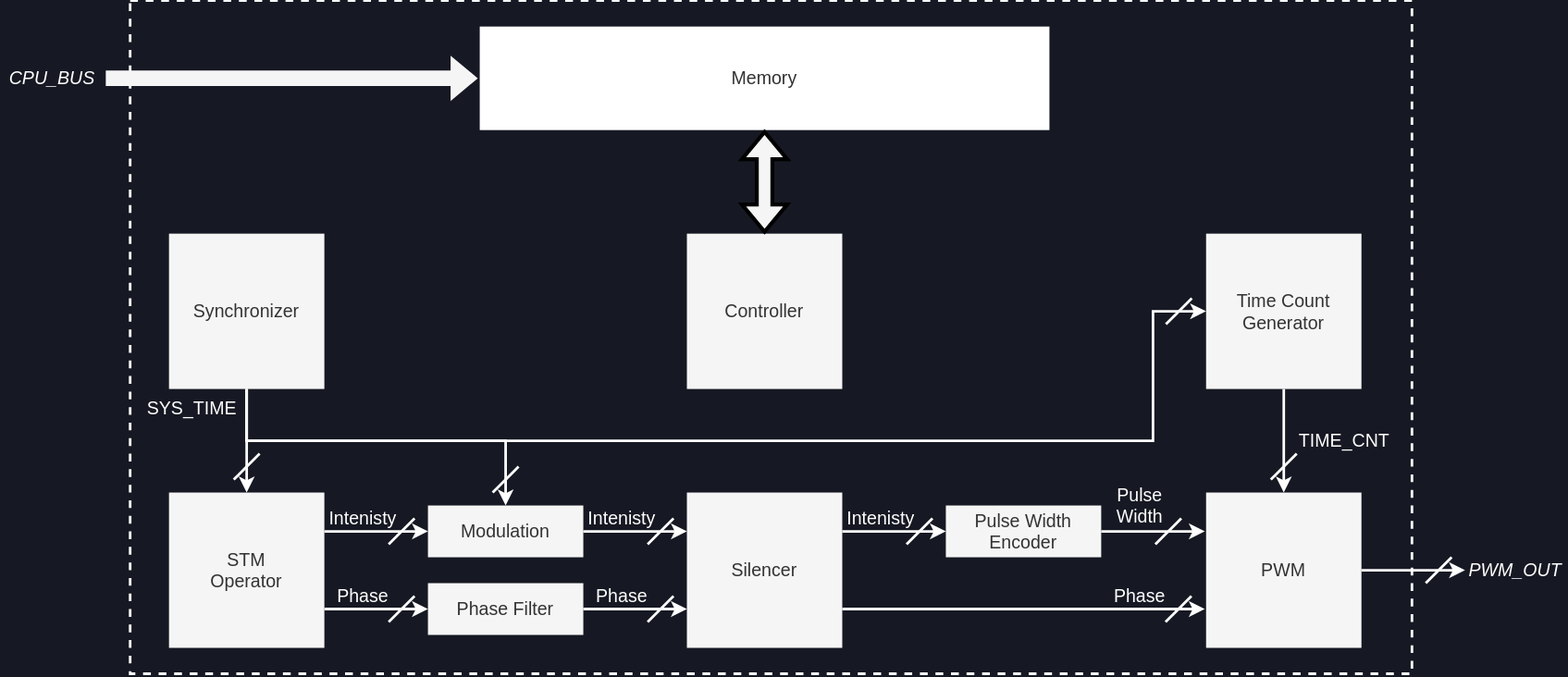
Above: src/jp/fig/Developers_Manual/FPGA/overview.svg in shinolab/autd3-doc-v8 (draw.io), before the change. Source tidied: cells renumbered, new cells last; positions are measured from the earlier drawing's top-left corner, leaving out a move shared by most shapes.
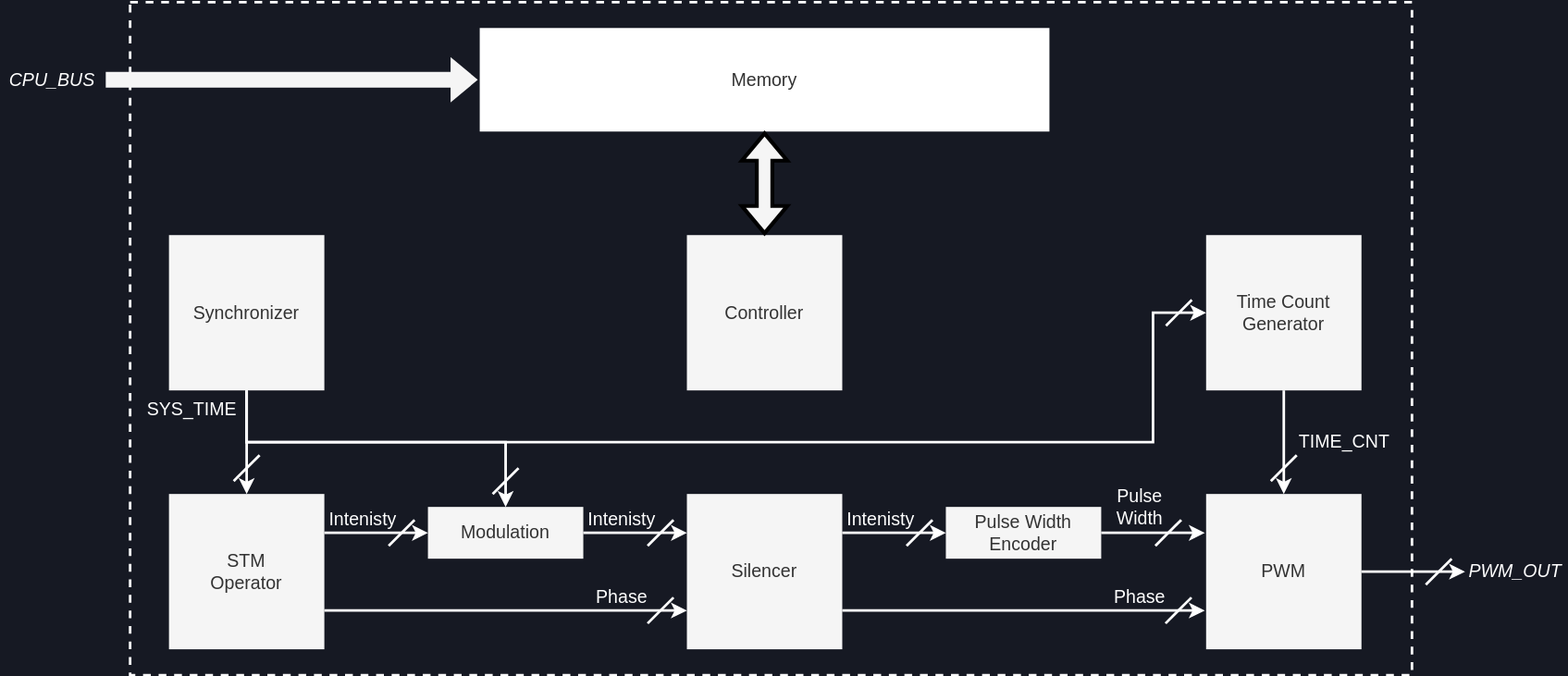
Above is the later version.

Diff of the diagram source:
```diff
@@ -11,9 +11,6 @@
     <mxCell id="4" value="Modulation" style="rounded=0;whiteSpace=wrap;html=1;fontFamily=Helvetica;fontSize=14;fontColor=#333333;strokeColor=none;strokeWidth=2;fillColor=#f5f5f5;" parent="1" vertex="1">
       <mxGeometry x="330" y="390" width="120" height="40" as="geometry" />
     </mxCell>
-    <mxCell id="5" style="edgeStyle=none;rounded=0;html=1;exitX=1;exitY=0.75;exitDx=0;exitDy=0;entryX=0;entryY=0.5;entryDx=0;entryDy=0;fontColor=#333333;strokeColor=#FFFFFF;strokeWidth=2;" parent="1" edge="1" source="7" target="10">
-      <mxGeometry relative="1" as="geometry" />
-    </mxCell>
     <mxCell id="6" style="edgeStyle=none;rounded=0;html=1;exitX=1;exitY=0.25;exitDx=0;exitDy=0;entryX=0;entryY=0.5;entryDx=0;entryDy=0;fontColor=#333333;strokeColor=#FFFFFF;strokeWidth=2;" parent="1" edge="1" source="7" target="4">
       <mxGeometry relative="1" as="geometry" />
     </mxCell>
@@ -26,21 +23,9 @@
     <mxCell id="9" style="shape=flexArrow;endArrow=classic;html=1;rounded=0;labelBackgroundColor=default;fontFamily=Helvetica;fontSize=14;fontColor=#000000;strokeColor=none;strokeWidth=3;jumpStyle=arc;fillColor=#f5f5f5;exitX=1;exitY=0.5;exitDx=0;exitDy=0;entryX=0;entryY=0.5;entryDx=0;entryDy=0;" parent="1" edge="1" source="3" target="8">
       <mxGeometry relative="1" as="geometry" />
     </mxCell>
-    <mxCell id="10" value="Phase Filter" style="rounded=0;whiteSpace=wrap;html=1;fontFamily=Helvetica;fontSize=14;fontColor=#333333;strokeColor=none;strokeWidth=2;fillColor=#f5f5f5;" parent="1" vertex="1">
-      <mxGeometry x="330" y="450" width="120" height="40" as="geometry" />
-    </mxCell>
     <mxCell id="11" value="&lt;span style=&quot;font-size: 14px&quot;&gt;Intenisty&lt;/span&gt;" style="text;html=1;strokeColor=none;fillColor=none;align=center;verticalAlign=middle;whiteSpace=wrap;rounded=0;fontFamily=Helvetica;fontSize=14;fontColor=#FFFFFF;strokeWidth=2;" parent="1" vertex="1">
       <mxGeometry x="250" y="390" width="60" height="20" as="geometry" />
     </mxCell>
-    <mxCell id="12" value="&lt;span style=&quot;font-size: 14px&quot;&gt;Phase&lt;/span&gt;" style="text;html=1;strokeColor=none;fillColor=none;align=center;verticalAlign=middle;whiteSpace=wrap;rounded=0;fontFamily=Helvetica;fontSize=14;fontColor=#FFFFFF;strokeWidth=2;" parent="1" vertex="1">
-      <mxGeometry x="250" y="450" width="60" height="20" as="geometry" />
-    </mxCell>
-    <mxCell id="13" style="endArrow=none;html=1;rounded=1;labelBackgroundColor=default;fontFamily=Helvetica;fontSize=14;fontColor=#000000;strokeColor=#FFFFFF;strokeWidth=2;shape=connector;fillColor=#f5f5f5;" parent="1" edge="1">
-      <mxGeometry relative="1" as="geometry">
-        <mxPoint x="299.7" y="480" as="sourcePoint" />
-        <mxPoint x="319.7" y="460" as="targetPoint" />
-      </mxGeometry>
-    </mxCell>
     <mxCell id="14" style="endArrow=none;html=1;rounded=1;labelBackgroundColor=default;fontFamily=Helvetica;fontSize=14;fontColor=#000000;strokeColor=#FFFFFF;strokeWidth=2;shape=connector;fillColor=#f5f5f5;" parent="1" edge="1">
       <mxGeometry relative="1" as="geometry">
         <mxPoint x="299.7" y="420" as="sourcePoint" />
@@ -56,9 +41,8 @@
     <mxCell id="17" value="PWM" style="rounded=0;whiteSpace=wrap;html=1;fontFamily=Helvetica;fontSize=14;fontColor=#333333;strokeColor=none;strokeWidth=3;fillColor=#f5f5f5;" parent="1" vertex="1">
       <mxGeometry x="931" y="380" width="120" height="120" as="geometry" />
     </mxCell>
-    <mxCell id="18" style="edgeStyle=none;rounded=0;html=1;exitX=1;exitY=0.75;exitDx=0;exitDy=0;entryX=0;entryY=0.5;entryDx=0;entryDy=0;fontColor=#333333;strokeColor=#FFFFFF;strokeWidth=2;" parent="1" edge="1">
+    <mxCell id="18" style="edgeStyle=none;rounded=0;html=1;exitX=1;exitY=0.75;exitDx=0;exitDy=0;entryX=0;entryY=0.5;entryDx=0;entryDy=0;fontColor=#333333;strokeColor=#FFFFFF;strokeWidth=2;" parent="1" edge="1" source="7">
       <mxGeometry relative="1" as="geometry">
-        <mxPoint x="450" y="470" as="sourcePoint" />
         <mxPoint x="530" y="470" as="targetPoint" />
       </mxGeometry>
     </mxCell>
```
